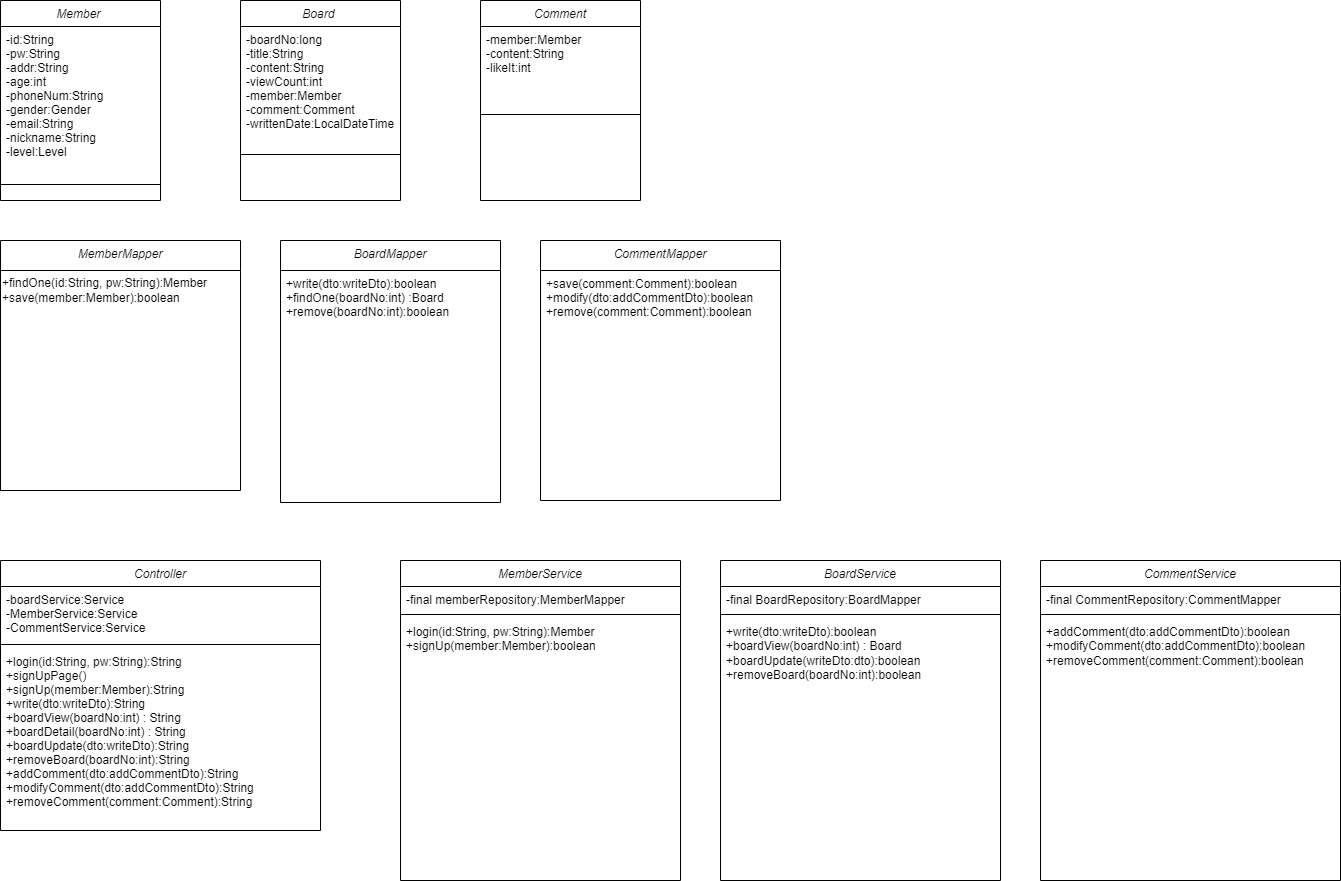
Earlier version of the draw.io export classdiagram/클래스다이어그램.drawio.png (foreverTeam4/four). Source tidied: cells renumbered, new cells last; positions are measured from the earlier drawing's top-left corner, leaving out a move shared by most shapes.
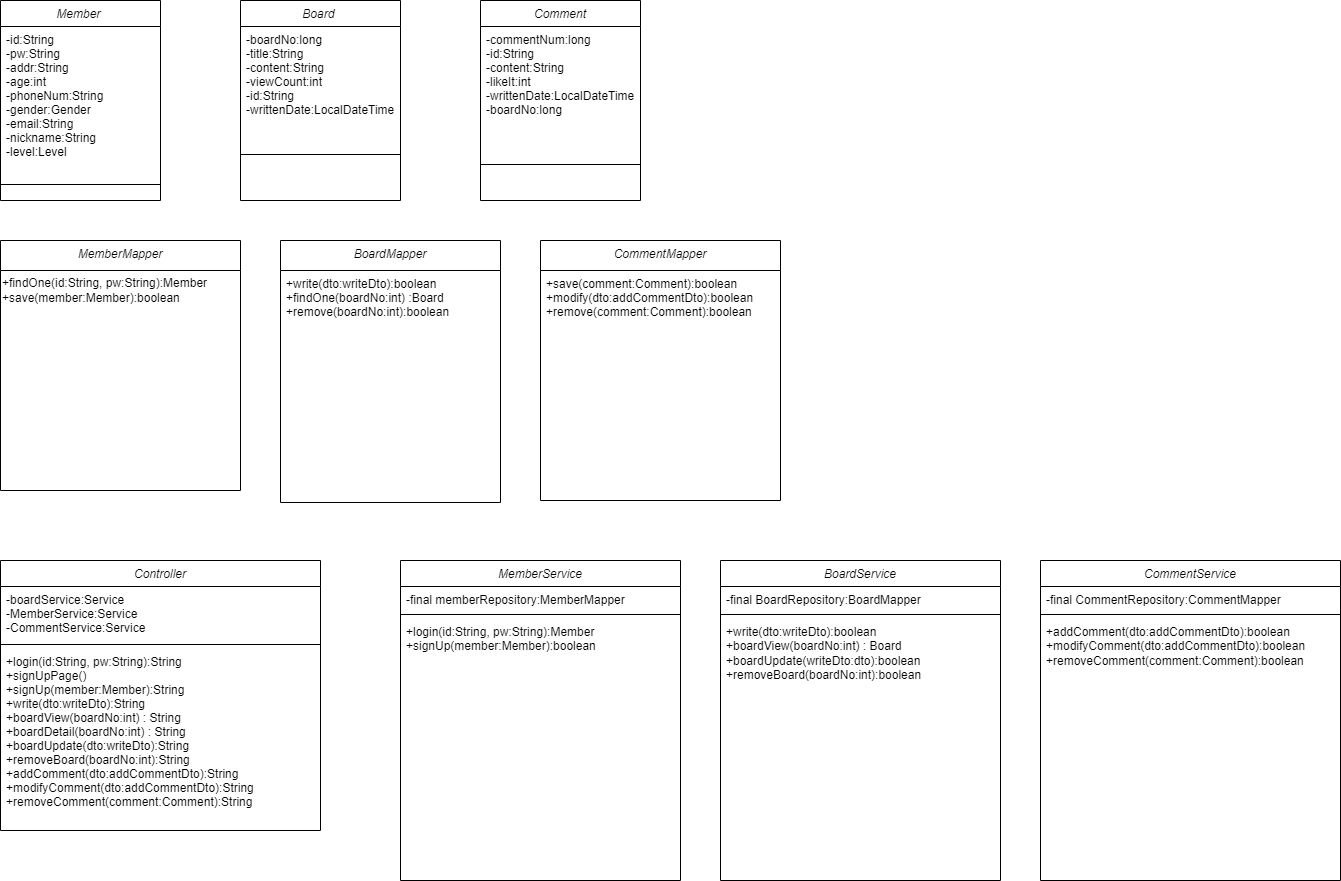
The same file after the commit.

The edit, as a diff of the source:
```diff
@@ -14,7 +14,7 @@
     <mxCell id="5" value="Board " style="swimlane;fontStyle=2;align=center;verticalAlign=top;horizontal=1;startSize=26;rounded=0;shadow=0;strokeWidth=1;" parent="1" vertex="1">
       <mxGeometry x="240" width="160" height="200" as="geometry" />
     </mxCell>
-    <mxCell id="6" value="-boardNo:long&#10;-title:String&#10;-content:String&#10;-viewCount:int&#10;-member:Member&#10;-comment:Comment&#10;-writtenDate:LocalDateTime" style="text;align=left;verticalAlign=top;spacingLeft=4;spacingRight=4;overflow=hidden;rounded=0;shadow=0;html=0;" parent="5" vertex="1">
+    <mxCell id="6" value="-boardNo:long&#10;-title:String&#10;-content:String&#10;-viewCount:int&#10;-id:String&#10;-writtenDate:LocalDateTime" style="text;align=left;verticalAlign=top;spacingLeft=4;spacingRight=4;overflow=hidden;rounded=0;shadow=0;html=0;" parent="5" vertex="1">
       <mxGeometry y="26" width="160" height="124" as="geometry" />
     </mxCell>
     <mxCell id="7" style="line;html=1;strokeWidth=1;align=left;verticalAlign=middle;spacingTop=-1;spacingLeft=3;spacingRight=3;labelPosition=right;" parent="5" vertex="1">
@@ -23,11 +23,11 @@
     <mxCell id="8" value="Comment" style="swimlane;fontStyle=2;align=center;verticalAlign=top;horizontal=1;startSize=26;rounded=0;shadow=0;strokeWidth=1;" parent="1" vertex="1">
       <mxGeometry x="480" width="160" height="200" as="geometry" />
     </mxCell>
-    <mxCell id="9" value="-member:Member&#10;-content:String&#10;-likeIt:int" style="text;align=left;verticalAlign=top;spacingLeft=4;spacingRight=4;overflow=hidden;rounded=0;shadow=0;html=0;" parent="8" vertex="1">
-      <mxGeometry y="26" width="160" height="84" as="geometry" />
+    <mxCell id="9" value="-commentNum:long&#10;-id:String&#10;-content:String&#10;-likeIt:int&#10;-writtenDate:LocalDateTime&#10;-boardNo:long" style="text;align=left;verticalAlign=top;spacingLeft=4;spacingRight=4;overflow=hidden;rounded=0;shadow=0;html=0;" parent="8" vertex="1">
+      <mxGeometry y="26" width="160" height="134" as="geometry" />
     </mxCell>
     <mxCell id="10" style="line;html=1;strokeWidth=1;align=left;verticalAlign=middle;spacingTop=-1;spacingLeft=3;spacingRight=3;labelPosition=right;" parent="8" vertex="1">
-      <mxGeometry y="110" width="160" height="8" as="geometry" />
+      <mxGeometry y="160" width="160" height="8" as="geometry" />
     </mxCell>
     <mxCell id="11" value="Controller" style="swimlane;fontStyle=2;align=center;verticalAlign=top;horizontal=1;startSize=26;rounded=0;shadow=0;strokeWidth=1;" parent="1" vertex="1">
       <mxGeometry y="560" width="320" height="270" as="geometry" />
```
